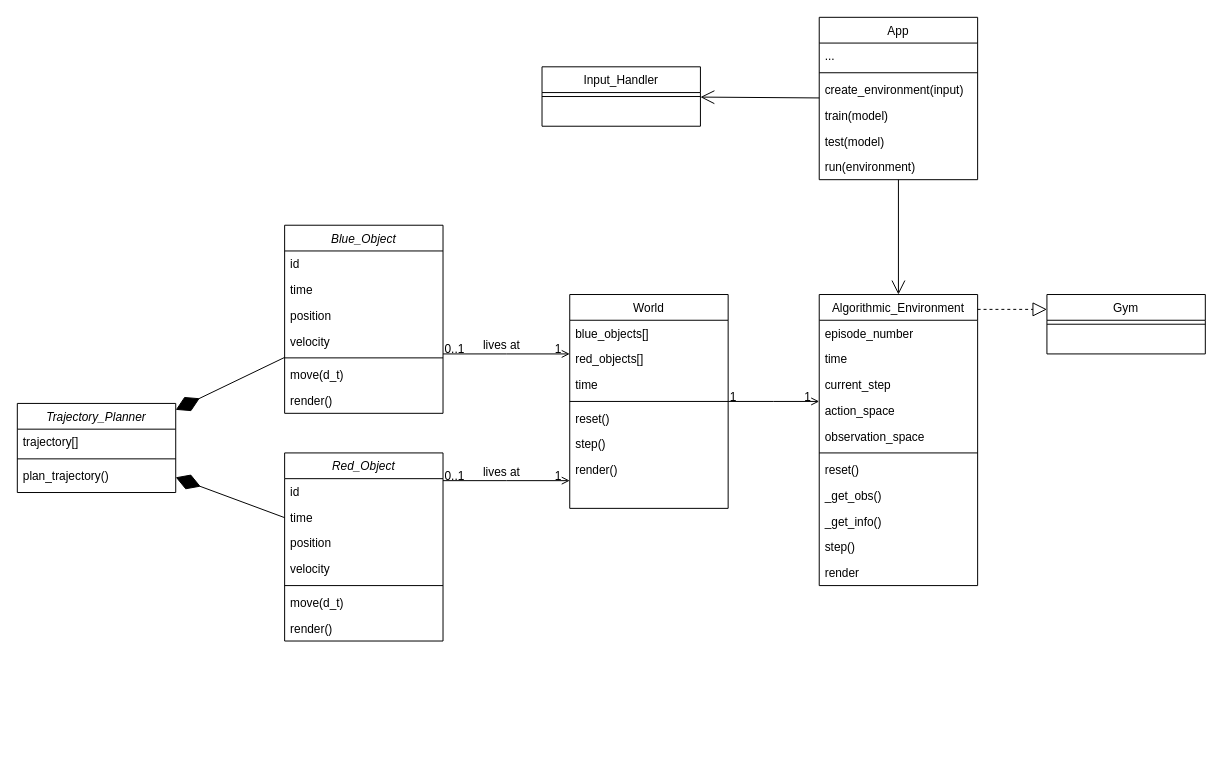
Before: GMOP_Design.drawio in AlmogHadad/GMOP, a draw.io diagram. Source tidied: cells renumbered, new cells numbered last; positions are measured from the earlier drawing's top-left corner, leaving out a move shared by most shapes. Both pictures are drawn from the tidied source at 99%, with x=0, y=0 at pixel (17, 17).
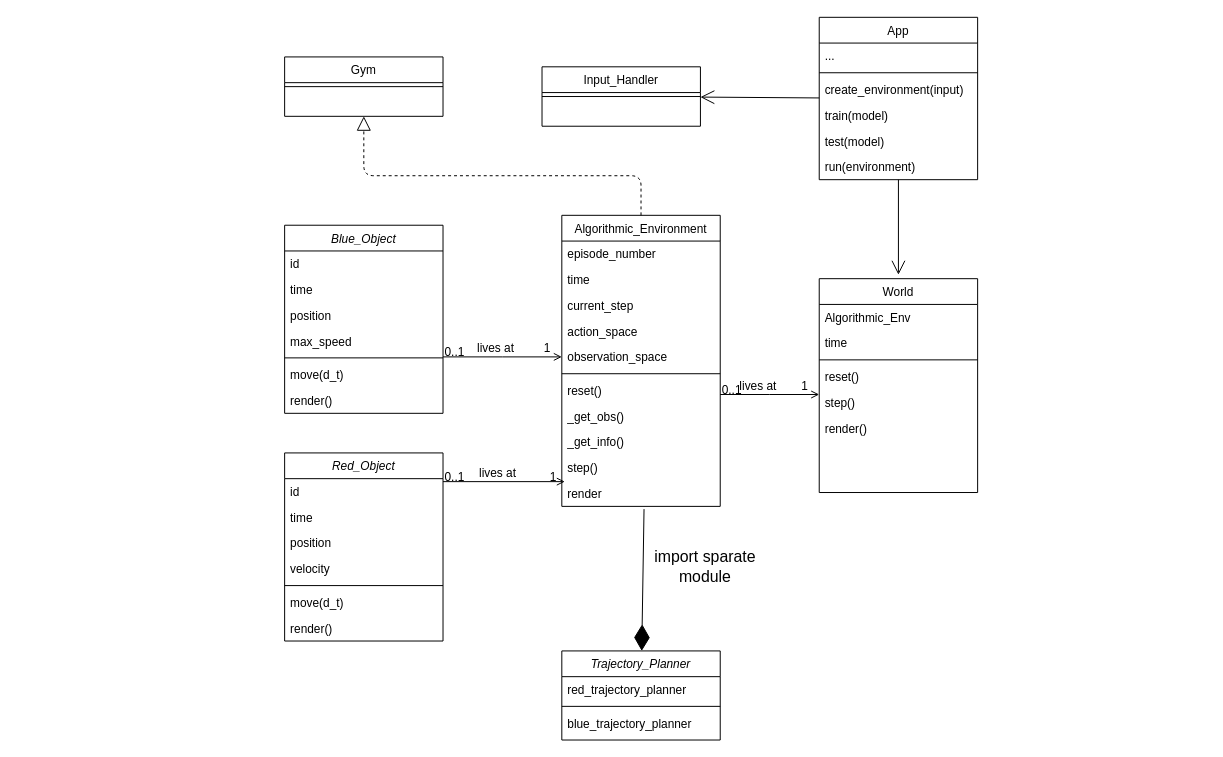
The same diagram, later.

Commit message (it also covers changes not shown here):
Working red and blue object lists (currently working on the first element)

Unchanged cells that the change refers to:
```xml
<mxCell id="2" value="Blue_Object" style="swimlane;fontStyle=2;align=center;verticalAlign=top;horizontal=1;startSize=26;rounded=0;shadow=0;strokeWidth=1;" parent="1" vertex="1">
  <mxGeometry x="270" y="210" width="160" height="190" as="geometry" />
</mxCell>
<mxCell id="22" value="Red_Object" style="swimlane;fontStyle=2;align=center;verticalAlign=top;horizontal=1;startSize=26;rounded=0;shadow=0;strokeWidth=1;" parent="1" vertex="1">
  <mxGeometry x="270" y="440" width="160" height="190" as="geometry" />
</mxCell>
<mxCell id="40" value="App" style="swimlane;fontStyle=0;align=center;verticalAlign=top;horizontal=1;startSize=26;rounded=0;shadow=0;strokeWidth=1;" parent="1" vertex="1">
  <mxGeometry x="810" width="160" height="164" as="geometry" />
</mxCell>
<mxCell id="52" value="observation_space" style="text;align=left;verticalAlign=top;spacingLeft=4;spacingRight=4;overflow=hidden;points=[[0,0.5],[1,0.5]];portConstraint=eastwest;" parent="47" vertex="1">
  <mxGeometry y="130" width="160" height="26" as="geometry" />
</mxCell>
<mxCell id="58" value="render" style="text;align=left;verticalAlign=top;spacingLeft=4;spacingRight=4;overflow=hidden;points=[[0,0.5],[1,0.5]];portConstraint=eastwest;" parent="47" vertex="1">
  <mxGeometry y="268" width="160" height="26" as="geometry" />
</mxCell>
```

Change to the diagram source:
```diff
@@
-    <mxCell id="6" value="velocity" style="text;align=left;verticalAlign=top;spacingLeft=4;spacingRight=4;overflow=hidden;rounded=0;shadow=0;html=0;" parent="2" vertex="1">
+    <mxCell id="6" value="max_speed" style="text;align=left;verticalAlign=top;spacingLeft=4;spacingRight=4;overflow=hidden;rounded=0;shadow=0;html=0;" parent="2" vertex="1">
       <mxGeometry y="104" width="160" height="26" as="geometry" />
     </mxCell>
@@
     <mxCell id="10" value="World" style="swimlane;fontStyle=0;align=center;verticalAlign=top;horizontal=1;startSize=26;rounded=0;shadow=0;strokeWidth=1;" parent="1" vertex="1">
-      <mxGeometry x="558" y="280" width="160" height="216" as="geometry" />
+      <mxGeometry x="810" y="264" width="160" height="216" as="geometry" />
     </mxCell>
-    <mxCell id="11" value="blue_objects[]" style="text;align=left;verticalAlign=top;spacingLeft=4;spacingRight=4;overflow=hidden;" parent="10" vertex="1">
+    <mxCell id="11" value="Algorithmic_Env" style="text;align=left;verticalAlign=top;spacingLeft=4;spacingRight=4;overflow=hidden;" parent="10" vertex="1">
       <mxGeometry y="26" width="160" height="26" as="geometry" />
     </mxCell>
-    <mxCell id="12" value="red_objects[]" style="text;align=left;verticalAlign=top;spacingLeft=4;spacingRight=4;overflow=hidden;rounded=0;shadow=0;html=0;" parent="10" vertex="1">
-      <mxGeometry y="52" width="160" height="26" as="geometry" />
-    </mxCell>
     <mxCell id="13" value="time" style="text;align=left;verticalAlign=top;spacingLeft=4;spacingRight=4;overflow=hidden;rounded=0;shadow=0;html=0;" parent="10" vertex="1">
-      <mxGeometry y="78" width="160" height="26" as="geometry" />
+      <mxGeometry y="52" width="160" height="26" as="geometry" />
     </mxCell>
     <mxCell id="14" style="line;html=1;strokeWidth=1;align=left;verticalAlign=middle;spacingTop=-1;spacingLeft=3;spacingRight=3;labelPosition=right;" parent="10" vertex="1">
-      <mxGeometry y="104" width="160" height="8" as="geometry" />
+      <mxGeometry y="78" width="160" height="8" as="geometry" />
     </mxCell>
     <mxCell id="15" value="reset()" style="text;align=left;verticalAlign=top;spacingLeft=4;spacingRight=4;overflow=hidden;" parent="10" vertex="1">
-      <mxGeometry y="112" width="160" height="26" as="geometry" />
+      <mxGeometry y="86" width="160" height="26" as="geometry" />
     </mxCell>
     <mxCell id="16" value="step()" style="text;align=left;verticalAlign=top;spacingLeft=4;spacingRight=4;overflow=hidden;" parent="10" vertex="1">
-      <mxGeometry y="138" width="160" height="26" as="geometry" />
+      <mxGeometry y="112" width="160" height="26" as="geometry" />
     </mxCell>
     <mxCell id="17" value="render()" style="text;align=left;verticalAlign=top;spacingLeft=4;spacingRight=4;overflow=hidden;" parent="10" vertex="1">
-      <mxGeometry y="164" width="160" height="26" as="geometry" />
+      <mxGeometry y="138" width="160" height="26" as="geometry" />
     </mxCell>
-    <mxCell id="18" style="endArrow=open;shadow=0;strokeWidth=1;rounded=0;endFill=1;edgeStyle=elbowEdgeStyle;elbow=vertical;" parent="1" edge="1" source="2" target="10">
+    <mxCell id="18" style="endArrow=open;shadow=0;strokeWidth=1;rounded=0;endFill=1;edgeStyle=elbowEdgeStyle;elbow=vertical;entryX=0;entryY=0.5;entryDx=0;entryDy=0;" parent="1" edge="1" source="2" target="52">
       <mxGeometry x="0.5" y="41" relative="1" as="geometry">
         <mxPoint x="-40" y="32" as="offset" />
       </mxGeometry>
     </mxCell>
@@
     <mxCell id="20" value="1" style="align=right;verticalAlign=bottom;labelBackgroundColor=none;fontSize=12;" parent="18" vertex="1">
       <mxGeometry x="1" relative="1" as="geometry">
-        <mxPoint x="-7" y="4" as="offset" />
+        <mxPoint x="-10" as="offset" />
       </mxGeometry>
     </mxCell>
@@
-    <mxCell id="30" style="endArrow=open;shadow=0;strokeWidth=1;rounded=0;endFill=1;edgeStyle=elbowEdgeStyle;elbow=vertical;" parent="1" edge="1" source="22" target="10">
+    <mxCell id="30" style="endArrow=open;shadow=0;strokeWidth=1;rounded=0;endFill=1;edgeStyle=elbowEdgeStyle;elbow=vertical;entryX=0.019;entryY=0.029;entryDx=0;entryDy=0;entryPerimeter=0;" parent="1" edge="1" source="22" target="58">
       <mxGeometry x="0.5" y="41" relative="1" as="geometry">
         <mxPoint x="-40" y="32" as="offset" />
       </mxGeometry>
     </mxCell>
@@
     <mxCell id="34" value="Trajectory_Planner" style="swimlane;fontStyle=2;align=center;verticalAlign=top;horizontal=1;startSize=26;rounded=0;shadow=0;strokeWidth=1;" parent="1" vertex="1">
-      <mxGeometry y="390" width="160" height="90" as="geometry" />
+      <mxGeometry x="550" y="640" width="160" height="90" as="geometry" />
     </mxCell>
-    <mxCell id="35" value="trajectory[]" style="text;align=left;verticalAlign=top;spacingLeft=4;spacingRight=4;overflow=hidden;" parent="34" vertex="1">
+    <mxCell id="35" value="red_trajectory_planner" style="text;align=left;verticalAlign=top;spacingLeft=4;spacingRight=4;overflow=hidden;" parent="34" vertex="1">
       <mxGeometry y="26" width="160" height="26" as="geometry" />
     </mxCell>
@@
-    <mxCell id="37" value="plan_trajectory()" style="text;align=left;verticalAlign=top;spacingLeft=4;spacingRight=4;overflow=hidden;" parent="34" vertex="1">
+    <mxCell id="37" value="blue_trajectory_planner" style="text;align=left;verticalAlign=top;spacingLeft=4;spacingRight=4;overflow=hidden;" parent="34" vertex="1">
       <mxGeometry y="60" width="160" height="26" as="geometry" />
     </mxCell>
-    <mxCell id="38" style="endArrow=diamondThin;endFill=1;endSize=24;html=1;" parent="1" edge="1" source="2" target="34">
-      <mxGeometry relative="1" as="geometry" />
-    </mxCell>
-    <mxCell id="39" style="endArrow=diamondThin;endFill=1;endSize=24;html=1;" parent="1" edge="1" source="22" target="34">
+    <mxCell id="39" style="endArrow=diamondThin;endFill=1;endSize=24;html=1;exitX=0.519;exitY=1.106;exitDx=0;exitDy=0;exitPerimeter=0;" parent="1" edge="1" source="58" target="34">
       <mxGeometry relative="1" as="geometry" />
     </mxCell>
@@
     <mxCell id="47" value="Algorithmic_Environment" style="swimlane;fontStyle=0;align=center;verticalAlign=top;horizontal=1;startSize=26;rounded=0;shadow=0;strokeWidth=1;" parent="1" vertex="1">
-      <mxGeometry x="810" y="280" width="160" height="294" as="geometry" />
+      <mxGeometry x="550" y="200" width="160" height="294" as="geometry" />
     </mxCell>
@@
     <mxCell id="59" value="Gym" style="swimlane;fontStyle=0;align=center;verticalAlign=top;horizontal=1;startSize=26;rounded=0;shadow=0;strokeWidth=1;" parent="1" vertex="1">
-      <mxGeometry x="1040" y="280" width="160" height="60" as="geometry" />
+      <mxGeometry x="270" y="40" width="160" height="60" as="geometry" />
     </mxCell>
@@
-    <mxCell id="61" style="endArrow=block;dashed=1;endFill=0;endSize=12;html=1;entryX=0;entryY=0.25;entryDx=0;entryDy=0;" parent="1" edge="1" target="59">
+    <mxCell id="61" style="endArrow=block;dashed=1;endFill=0;endSize=12;html=1;entryX=0.5;entryY=1;entryDx=0;entryDy=0;exitX=0.5;exitY=0;exitDx=0;exitDy=0;" parent="1" edge="1" source="47" target="59">
       <mxGeometry relative="1" as="geometry">
-        <mxPoint x="970" y="295" as="sourcePoint" />
+        <Array as="points">
+          <mxPoint x="630" y="160" />
+          <mxPoint x="350" y="160" />
+        </Array>
       </mxGeometry>
     </mxCell>
-    <mxCell id="62" style="endArrow=open;shadow=0;strokeWidth=1;rounded=0;endFill=1;edgeStyle=elbowEdgeStyle;elbow=vertical;" parent="1" edge="1" source="10" target="47">
-      <mxGeometry x="0.5" y="41" relative="1" as="geometry">
-        <mxPoint x="-40" y="32" as="offset" />
-      </mxGeometry>
-    </mxCell>
-    <mxCell id="63" value="1" style="align=left;verticalAlign=bottom;labelBackgroundColor=none;fontSize=12;" parent="62" vertex="1">
-      <mxGeometry x="-1" relative="1" as="geometry">
-        <mxPoint y="4" as="offset" />
-      </mxGeometry>
-    </mxCell>
-    <mxCell id="64" value="1" style="align=right;verticalAlign=bottom;labelBackgroundColor=none;fontSize=12;" parent="62" vertex="1">
-      <mxGeometry x="1" relative="1" as="geometry">
-        <mxPoint x="-7" y="4" as="offset" />
-      </mxGeometry>
-    </mxCell>
-    <mxCell id="65" style="endArrow=open;endFill=1;endSize=12;html=1;" parent="1" edge="1" source="40" target="47">
-      <mxGeometry relative="1" as="geometry" />
+    <mxCell id="65" style="endArrow=open;endFill=1;endSize=12;html=1;" parent="1" edge="1" source="40">
+      <mxGeometry relative="1" as="geometry">
+        <mxPoint x="890" y="260" as="targetPoint" />
+      </mxGeometry>
     </mxCell>
@@
+    <mxCell id="69" value="import sparate module" style="text;html=1;align=center;verticalAlign=middle;whiteSpace=wrap;rounded=0;fontSize=16;" parent="1" vertex="1">
+      <mxGeometry x="630" y="540" width="130" height="30" as="geometry" />
+    </mxCell>
+    <mxCell id="70" style="endArrow=open;shadow=0;strokeWidth=1;rounded=0;endFill=1;edgeStyle=elbowEdgeStyle;elbow=vertical;" parent="1" edge="1">
+      <mxGeometry x="0.5" y="41" relative="1" as="geometry">
+        <mxPoint x="710" y="381" as="sourcePoint" />
+        <mxPoint x="810" y="381" as="targetPoint" />
+        <mxPoint x="-40" y="32" as="offset" />
+      </mxGeometry>
+    </mxCell>
+    <mxCell id="71" value="0..1" style="align=left;verticalAlign=bottom;labelBackgroundColor=none;fontSize=12;" parent="70" vertex="1">
+      <mxGeometry x="-1" relative="1" as="geometry">
+        <mxPoint y="4" as="offset" />
+      </mxGeometry>
+    </mxCell>
+    <mxCell id="64" value="1" style="align=right;verticalAlign=bottom;labelBackgroundColor=none;fontSize=12;" parent="70" vertex="1">
+      <mxGeometry x="1" relative="1" as="geometry">
+        <mxPoint x="-10" as="offset" />
+      </mxGeometry>
+    </mxCell>
+    <mxCell id="72" value="lives at" style="text;html=1;align=center;verticalAlign=middle;labelBackgroundColor=none;rounded=0;shadow=0;strokeWidth=1;fontSize=12;" parent="70" vertex="1">
+      <mxGeometry x="0.5" y="49" relative="1" as="geometry">
+        <mxPoint x="-38" y="40" as="offset" />
+      </mxGeometry>
+    </mxCell>
```
